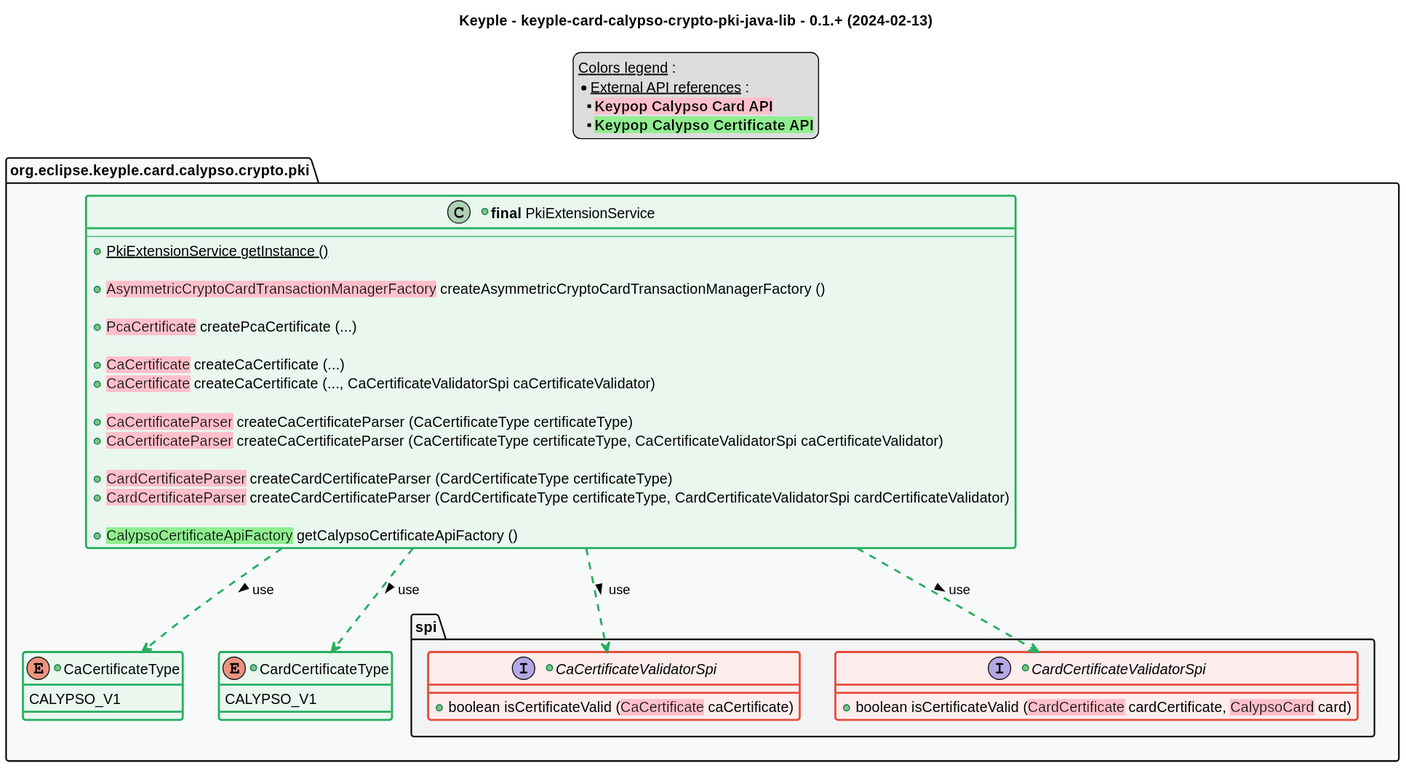
This is src/main/uml/api_class_diagram.svg from eclipse-keyple/keyple-card-calypso-crypto-pki-java-lib, a PlantUML export, as it was before one commit.
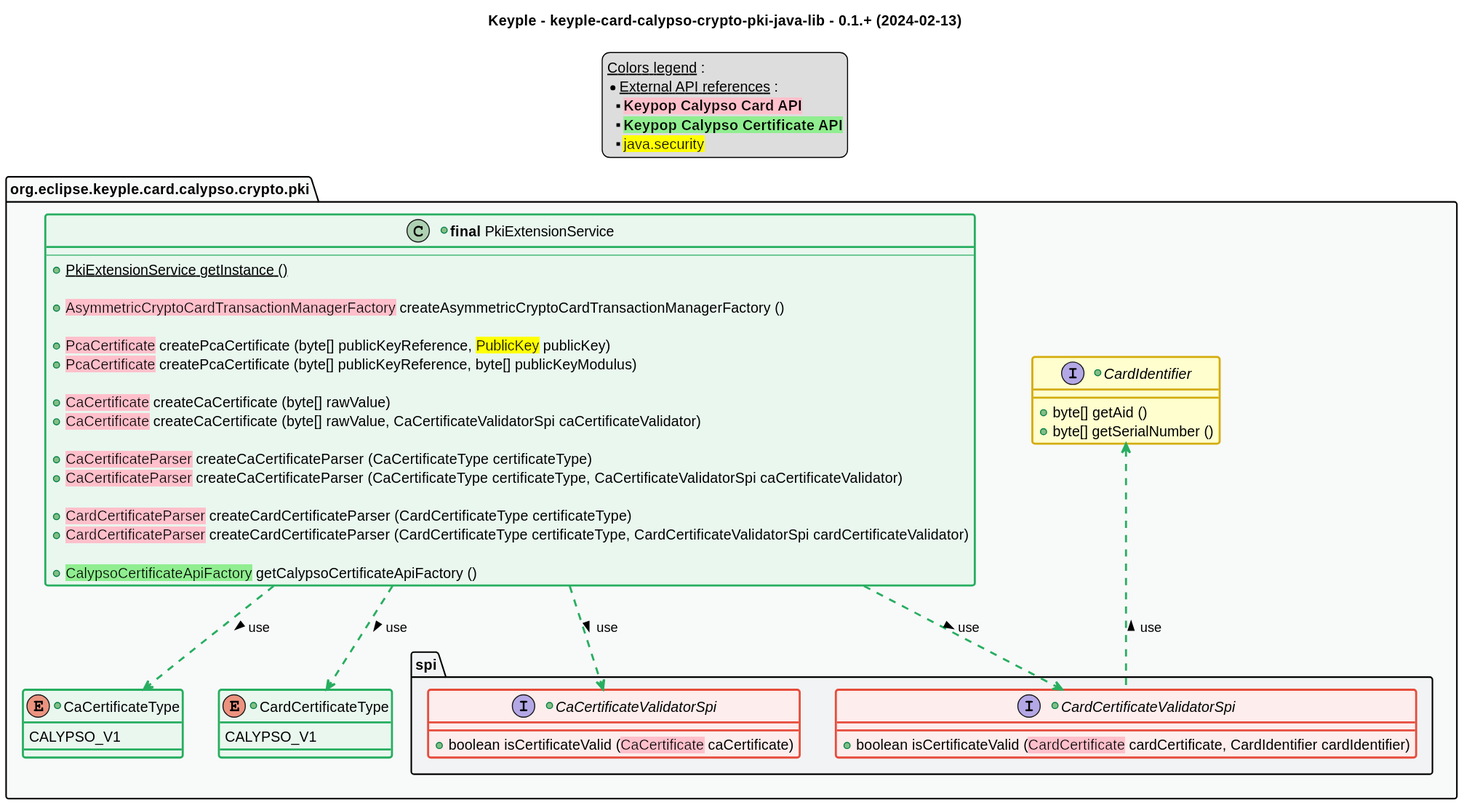
The same diagram one commit later.

Change to the diagram source:
```diff
@@ -45,6 +45,7 @@
     * __External API references__ :
     ** <back:pink>**Keypop Calypso Card API**</back>
     ** <back:lightgreen>**Keypop Calypso Certificate API**</back>
+    ** <back:yellow>java.security</back>
 end legend
 
 package "org.eclipse.keyple.card.calypso.crypto.pki" as pki {
@@ -54,10 +55,11 @@
 
         +<back:pink>AsymmetricCryptoCardTransactionManagerFactory</back> createAsymmetricCryptoCardTransactionManagerFactory ()
 
-        +<back:pink>PcaCertificate</back> createPcaCertificate (...)
+        +<back:pink>PcaCertificate</back> createPcaCertificate (byte[] publicKeyReference, <back:yellow>PublicKey</back> publicKey)
+        +<back:pink>PcaCertificate</back> createPcaCertificate (byte[] publicKeyReference, byte[] publicKeyModulus)
 
-        +<back:pink>CaCertificate</back> createCaCertificate (...)
-        +<back:pink>CaCertificate</back> createCaCertificate (..., CaCertificateValidatorSpi caCertificateValidator)
+        +<back:pink>CaCertificate</back> createCaCertificate (byte[] rawValue)
+        +<back:pink>CaCertificate</back> createCaCertificate (byte[] rawValue, CaCertificateValidatorSpi caCertificateValidator)
 
         +<back:pink>CaCertificateParser</back> createCaCertificateParser (CaCertificateType certificateType)
         +<back:pink>CaCertificateParser</back> createCaCertificateParser (CaCertificateType certificateType, CaCertificateValidatorSpi caCertificateValidator)
@@ -73,12 +75,16 @@
     +enum CardCertificateType <<green>> {
         CALYPSO_V1
     }
+    +interface CardIdentifier {
+        +byte[] getAid ()
+        +byte[] getSerialNumber ()
+    }
     package spi {
         +interface "CaCertificateValidatorSpi" as CaCertificateValidatorSpi <<red>> {
             +boolean isCertificateValid (<back:pink>CaCertificate</back> caCertificate)
         }
         +interface "CardCertificateValidatorSpi" as CardCertificateValidatorSpi <<red>> {
-            +boolean isCertificateValid (<back:pink>CardCertificate</back> cardCertificate, <back:pink>CalypsoCard</back> card)
+            +boolean isCertificateValid (<back:pink>CardCertificate</back> cardCertificate, CardIdentifier cardIdentifier)
         }
     }
 }
@@ -89,6 +95,8 @@
 PkiExtensionService ..> CaCertificateValidatorSpi #C_USE : use >
 PkiExtensionService ..> CardCertificateValidatorSpi #C_USE : use >
 
+CardCertificateValidatorSpi .up.> CardIdentifier #C_USE : use >
+
 
 
 
```
